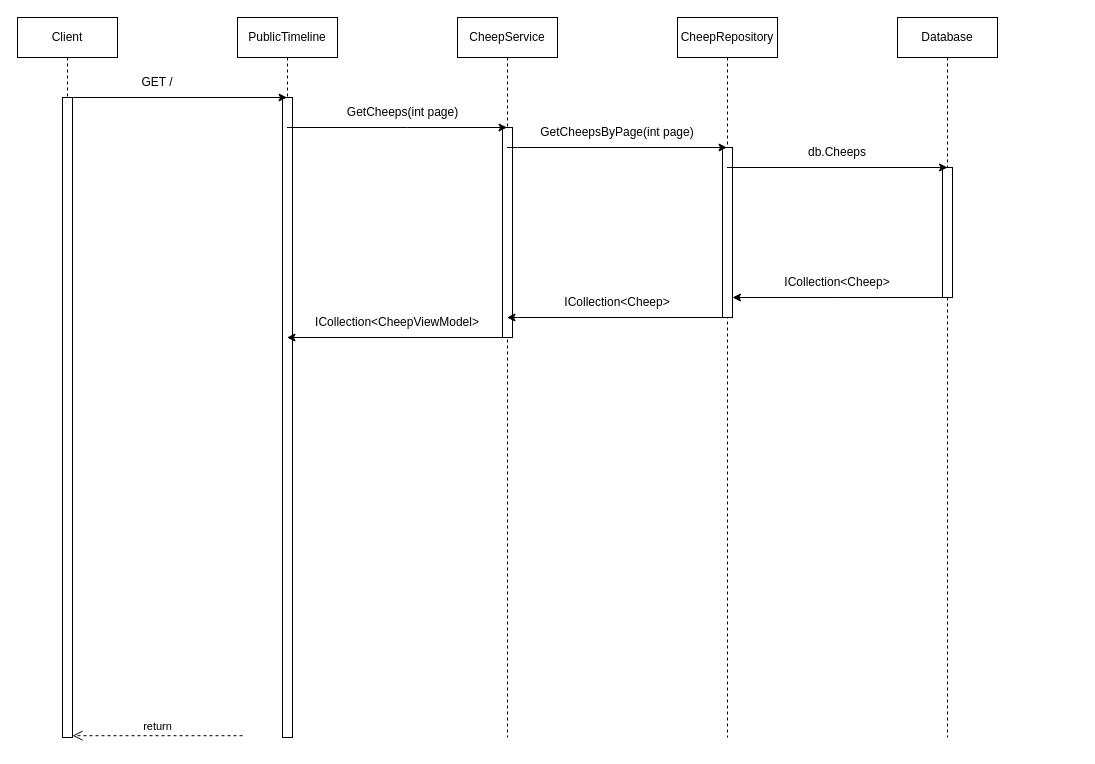
Earlier version of the draw.io diagram docs/SequenceCallDiagram.drawio (ITU-BDSA-GROUP-20/Chirp). Source tidied: cells renumbered, new cells numbered last; positions are measured from the earlier drawing's top-left corner, leaving out a move shared by most shapes. Both pictures are drawn from the tidied source at 100%, with x=0, y=0 at pixel (17, 17).
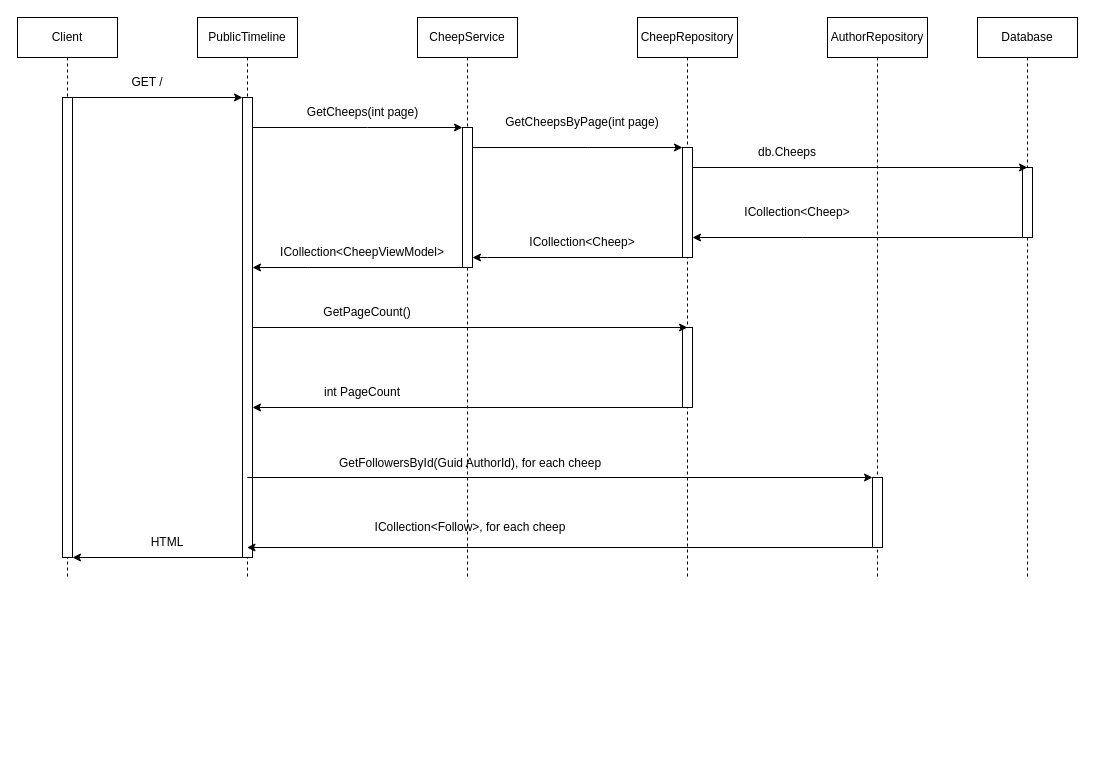
The same diagram, later.

Diff of the diagram source:
```diff
@@
     <mxCell id="2" value="Client" style="shape=umlLifeline;perimeter=lifelinePerimeter;whiteSpace=wrap;html=1;newEdgeStyle={&quot;edgeStyle&quot;:&quot;elbowEdgeStyle&quot;,&quot;elbow&quot;:&quot;vertical&quot;,&quot;curved&quot;:0,&quot;rounded&quot;:0};" parent="1" vertex="1">
-      <mxGeometry width="100" height="720" as="geometry" />
+      <mxGeometry width="100" height="560" as="geometry" />
     </mxCell>
     <mxCell id="3" style="html=1;perimeter=orthogonalPerimeter;targetShapes=umlLifeline;newEdgeStyle={&quot;edgeStyle&quot;:&quot;elbowEdgeStyle&quot;,&quot;elbow&quot;:&quot;vertical&quot;,&quot;curved&quot;:0,&quot;rounded&quot;:0};" parent="2" vertex="1">
-      <mxGeometry x="45" y="80" width="10" height="640" as="geometry" />
+      <mxGeometry x="45" y="80" width="10" height="460" as="geometry" />
     </mxCell>
     <mxCell id="4" value="CheepService" style="shape=umlLifeline;perimeter=lifelinePerimeter;whiteSpace=wrap;html=1;outlineConnect=0;portConstraint=eastwest;newEdgeStyle={&quot;edgeStyle&quot;:&quot;elbowEdgeStyle&quot;,&quot;elbow&quot;:&quot;vertical&quot;,&quot;curved&quot;:0,&quot;rounded&quot;:0};" parent="1" vertex="1">
-      <mxGeometry x="440" width="100" height="720" as="geometry" />
+      <mxGeometry x="400" width="100" height="560" as="geometry" />
     </mxCell>
     <mxCell id="5" style="html=1;points=[];perimeter=orthogonalPerimeter;outlineConnect=0;targetShapes=umlLifeline;portConstraint=eastwest;newEdgeStyle={&quot;edgeStyle&quot;:&quot;elbowEdgeStyle&quot;,&quot;elbow&quot;:&quot;vertical&quot;,&quot;curved&quot;:0,&quot;rounded&quot;:0};" parent="4" vertex="1">
-      <mxGeometry x="45" y="110" width="10" height="210" as="geometry" />
+      <mxGeometry x="45" y="110" width="10" height="140" as="geometry" />
     </mxCell>
-    <mxCell id="6" value="return" style="html=1;verticalAlign=bottom;endArrow=open;dashed=1;endSize=8;edgeStyle=elbowEdgeStyle;elbow=vertical;curved=0;rounded=0;" parent="1" edge="1">
-      <mxGeometry relative="1" as="geometry">
-        <mxPoint x="225" y="718.2" as="sourcePoint" />
-        <mxPoint x="55" y="718.2" as="targetPoint" />
-        <Array as="points">
-          <mxPoint x="150" y="718.2" />
-        </Array>
-      </mxGeometry>
-    </mxCell>
     <mxCell id="7" value="CheepRepository" style="shape=umlLifeline;perimeter=lifelinePerimeter;whiteSpace=wrap;html=1;outlineConnect=0;portConstraint=eastwest;newEdgeStyle={&quot;edgeStyle&quot;:&quot;elbowEdgeStyle&quot;,&quot;elbow&quot;:&quot;vertical&quot;,&quot;curved&quot;:0,&quot;rounded&quot;:0};" parent="1" vertex="1">
-      <mxGeometry x="660" width="100" height="720" as="geometry" />
+      <mxGeometry x="620" width="100" height="560" as="geometry" />
     </mxCell>
     <mxCell id="8" style="html=1;points=[];perimeter=orthogonalPerimeter;outlineConnect=0;targetShapes=umlLifeline;portConstraint=eastwest;newEdgeStyle={&quot;edgeStyle&quot;:&quot;elbowEdgeStyle&quot;,&quot;elbow&quot;:&quot;vertical&quot;,&quot;curved&quot;:0,&quot;rounded&quot;:0};" parent="7" vertex="1">
-      <mxGeometry x="45" y="130" width="10" height="170" as="geometry" />
+      <mxGeometry x="45" y="130" width="10" height="110" as="geometry" />
     </mxCell>
+    <mxCell id="27" style="html=1;perimeter=orthogonalPerimeter;targetShapes=umlLifeline;newEdgeStyle={&quot;edgeStyle&quot;:&quot;elbowEdgeStyle&quot;,&quot;elbow&quot;:&quot;vertical&quot;,&quot;curved&quot;:0,&quot;rounded&quot;:0};" parent="7" vertex="1">
+      <mxGeometry x="45" y="310" width="10" height="80" as="geometry" />
+    </mxCell>
     <mxCell id="9" value="Database" style="shape=umlLifeline;perimeter=lifelinePerimeter;whiteSpace=wrap;html=1;outlineConnect=0;portConstraint=eastwest;newEdgeStyle={&quot;edgeStyle&quot;:&quot;elbowEdgeStyle&quot;,&quot;elbow&quot;:&quot;vertical&quot;,&quot;curved&quot;:0,&quot;rounded&quot;:0};" parent="1" vertex="1">
-      <mxGeometry x="880" width="100" height="720" as="geometry" />
+      <mxGeometry x="960" width="100" height="560" as="geometry" />
     </mxCell>
     <mxCell id="10" style="html=1;points=[];perimeter=orthogonalPerimeter;outlineConnect=0;targetShapes=umlLifeline;portConstraint=eastwest;newEdgeStyle={&quot;edgeStyle&quot;:&quot;elbowEdgeStyle&quot;,&quot;elbow&quot;:&quot;vertical&quot;,&quot;curved&quot;:0,&quot;rounded&quot;:0};" parent="9" vertex="1">
-      <mxGeometry x="45" y="150" width="10" height="130" as="geometry" />
+      <mxGeometry x="45" y="150" width="10" height="70" as="geometry" />
     </mxCell>
     <mxCell id="11" value="PublicTimeline" style="shape=umlLifeline;perimeter=lifelinePerimeter;whiteSpace=wrap;html=1;outlineConnect=0;portConstraint=eastwest;newEdgeStyle={&quot;edgeStyle&quot;:&quot;elbowEdgeStyle&quot;,&quot;elbow&quot;:&quot;vertical&quot;,&quot;curved&quot;:0,&quot;rounded&quot;:0};" parent="1" vertex="1">
-      <mxGeometry x="220" width="100" height="720" as="geometry" />
+      <mxGeometry x="180" width="100" height="560" as="geometry" />
     </mxCell>
     <mxCell id="12" style="html=1;points=[];perimeter=orthogonalPerimeter;outlineConnect=0;targetShapes=umlLifeline;portConstraint=eastwest;newEdgeStyle={&quot;edgeStyle&quot;:&quot;elbowEdgeStyle&quot;,&quot;elbow&quot;:&quot;vertical&quot;,&quot;curved&quot;:0,&quot;rounded&quot;:0};" parent="11" vertex="1">
-      <mxGeometry x="45" y="80" width="10" height="640" as="geometry" />
+      <mxGeometry x="45" y="80" width="10" height="460" as="geometry" />
     </mxCell>
-    <mxCell id="13" style="endArrow=classic;html=1;rounded=0;" parent="1" edge="1" target="11">
+    <mxCell id="13" style="endArrow=classic;html=1;rounded=0;" parent="1" edge="1" target="12">
       <mxGeometry relative="1" as="geometry">
-        <mxPoint x="49.6" y="80" as="sourcePoint" />
+        <mxPoint x="50" y="80" as="sourcePoint" />
       </mxGeometry>
     </mxCell>
     <mxCell id="14" value="GET /" style="text;html=1;strokeColor=none;fillColor=none;align=center;verticalAlign=middle;whiteSpace=wrap;rounded=0;" parent="1" vertex="1">
-      <mxGeometry x="110" y="50" width="60" height="30" as="geometry" />
+      <mxGeometry x="100" y="50" width="60" height="30" as="geometry" />
     </mxCell>
-    <mxCell id="15" style="endArrow=classic;html=1;rounded=0;" parent="1" edge="1" source="11" target="4">
+    <mxCell id="15" style="endArrow=classic;html=1;rounded=0;" parent="1" edge="1" source="12" target="5">
       <mxGeometry relative="1" as="geometry">
         <Array as="points">
-          <mxPoint x="390" y="110" />
+          <mxPoint x="350" y="110" />
         </Array>
       </mxGeometry>
     </mxCell>
     <mxCell id="16" value="GetCheeps(int page)" style="text;html=1;strokeColor=none;fillColor=none;align=center;verticalAlign=middle;whiteSpace=wrap;rounded=0;" parent="1" vertex="1">
-      <mxGeometry x="323" y="80" width="125" height="30" as="geometry" />
+      <mxGeometry x="283" y="80" width="125" height="30" as="geometry" />
     </mxCell>
     <mxCell id="17" value="ICollection&amp;lt;CheepViewModel&amp;gt;" style="text;html=1;strokeColor=none;fillColor=none;align=center;verticalAlign=middle;whiteSpace=wrap;rounded=0;" parent="1" vertex="1">
-      <mxGeometry x="350" y="290" width="60" height="30" as="geometry" />
+      <mxGeometry x="315" y="220" width="60" height="30" as="geometry" />
     </mxCell>
-    <mxCell id="18" style="endArrow=classic;html=1;rounded=0;" parent="1" edge="1" source="4" target="7">
+    <mxCell id="18" style="endArrow=classic;html=1;rounded=0;" parent="1" edge="1" source="5" target="8">
       <mxGeometry relative="1" as="geometry">
         <Array as="points">
-          <mxPoint x="500" y="130" />
+          <mxPoint x="570" y="130" />
         </Array>
       </mxGeometry>
     </mxCell>
-    <mxCell id="19" style="endArrow=classic;html=1;rounded=0;" parent="1" edge="1" source="8" target="4">
+    <mxCell id="19" style="endArrow=classic;html=1;rounded=0;" parent="1" edge="1" source="8" target="5">
       <mxGeometry relative="1" as="geometry">
         <Array as="points">
-          <mxPoint x="500" y="300" />
+          <mxPoint x="470" y="240" />
         </Array>
       </mxGeometry>
     </mxCell>
     <mxCell id="20" value="GetCheepsByPage(int page)" style="text;html=1;strokeColor=none;fillColor=none;align=center;verticalAlign=middle;whiteSpace=wrap;rounded=0;" parent="1" vertex="1">
-      <mxGeometry x="490" y="100" width="220" height="30" as="geometry" />
+      <mxGeometry x="460" y="90" width="210" height="30" as="geometry" />
     </mxCell>
-    <mxCell id="21" style="endArrow=classic;html=1;rounded=0;" parent="1" edge="1" source="7">
-      <mxGeometry relative="1" as="geometry">
-        <mxPoint x="930" y="150" as="targetPoint" />
-      </mxGeometry>
+    <mxCell id="21" style="endArrow=classic;html=1;rounded=0;entryX=0.5;entryY=0;entryDx=0;entryDy=0;entryPerimeter=0;" parent="1" edge="1" source="8" target="10">
+      <mxGeometry relative="1" as="geometry" />
     </mxCell>
     <mxCell id="22" value="db.Cheeps" style="text;html=1;strokeColor=none;fillColor=none;align=center;verticalAlign=middle;whiteSpace=wrap;rounded=0;" parent="1" vertex="1">
-      <mxGeometry x="790" y="120" width="60" height="30" as="geometry" />
+      <mxGeometry x="740" y="120" width="60" height="30" as="geometry" />
     </mxCell>
     <mxCell id="23" value="ICollection&amp;lt;Cheep&amp;gt;" style="text;html=1;strokeColor=none;fillColor=none;align=center;verticalAlign=middle;whiteSpace=wrap;rounded=0;" parent="1" vertex="1">
-      <mxGeometry x="790" y="250" width="60" height="30" as="geometry" />
+      <mxGeometry x="750" y="180" width="60" height="30" as="geometry" />
     </mxCell>
     <mxCell id="24" style="endArrow=classic;html=1;rounded=0;" parent="1" edge="1" source="9" target="8">
       <mxGeometry relative="1" as="geometry">
         <Array as="points">
-          <mxPoint x="820" y="280" />
+          <mxPoint x="785" y="220" />
         </Array>
       </mxGeometry>
     </mxCell>
     <mxCell id="25" value="ICollection&amp;lt;Cheep&amp;gt;" style="text;html=1;strokeColor=none;fillColor=none;align=center;verticalAlign=middle;whiteSpace=wrap;rounded=0;" parent="1" vertex="1">
-      <mxGeometry x="570" y="270" width="60" height="30" as="geometry" />
+      <mxGeometry x="535" y="210" width="60" height="30" as="geometry" />
     </mxCell>
-    <mxCell id="26" style="endArrow=classic;html=1;rounded=0;" parent="1" edge="1" source="5" target="11">
+    <mxCell id="26" style="endArrow=classic;html=1;rounded=0;" parent="1" edge="1">
       <mxGeometry relative="1" as="geometry">
+        <mxPoint x="445" y="250" as="sourcePoint" />
+        <mxPoint x="235" y="250" as="targetPoint" />
         <Array as="points">
-          <mxPoint x="310.4" y="320" />
+          <mxPoint x="290" y="250" />
         </Array>
       </mxGeometry>
     </mxCell>
+    <mxCell id="28" style="endArrow=classic;html=1;rounded=0;" parent="1" edge="1">
+      <mxGeometry relative="1" as="geometry">
+        <mxPoint x="235.1" y="310" as="sourcePoint" />
+        <mxPoint x="670" y="310" as="targetPoint" />
+      </mxGeometry>
+    </mxCell>
+    <mxCell id="29" style="endArrow=classic;html=1;rounded=0;" parent="1" edge="1">
+      <mxGeometry relative="1" as="geometry">
+        <mxPoint x="670" y="390" as="sourcePoint" />
+        <mxPoint x="235" y="390" as="targetPoint" />
+      </mxGeometry>
+    </mxCell>
+    <mxCell id="30" value="GetPageCount()" style="text;html=1;strokeColor=none;fillColor=none;align=center;verticalAlign=middle;whiteSpace=wrap;rounded=0;" parent="1" vertex="1">
+      <mxGeometry x="320" y="280" width="60" height="30" as="geometry" />
+    </mxCell>
+    <mxCell id="31" value="int PageCount" style="text;html=1;strokeColor=none;fillColor=none;align=center;verticalAlign=middle;whiteSpace=wrap;rounded=0;" parent="1" vertex="1">
+      <mxGeometry x="300" y="360" width="90" height="30" as="geometry" />
+    </mxCell>
+    <mxCell id="32" style="endArrow=classic;html=1;rounded=0;" parent="1" edge="1">
+      <mxGeometry relative="1" as="geometry">
+        <mxPoint x="229.5" y="540" as="sourcePoint" />
+        <mxPoint x="55" y="540" as="targetPoint" />
+      </mxGeometry>
+    </mxCell>
+    <mxCell id="33" value="AuthorRepository" style="shape=umlLifeline;perimeter=lifelinePerimeter;whiteSpace=wrap;html=1;newEdgeStyle={&quot;edgeStyle&quot;:&quot;elbowEdgeStyle&quot;,&quot;elbow&quot;:&quot;vertical&quot;,&quot;curved&quot;:0,&quot;rounded&quot;:0};" parent="1" vertex="1">
+      <mxGeometry x="810" width="100" height="560" as="geometry" />
+    </mxCell>
+    <mxCell id="34" style="html=1;points=[];perimeter=orthogonalPerimeter;outlineConnect=0;targetShapes=umlLifeline;portConstraint=eastwest;newEdgeStyle={&quot;edgeStyle&quot;:&quot;elbowEdgeStyle&quot;,&quot;elbow&quot;:&quot;vertical&quot;,&quot;curved&quot;:0,&quot;rounded&quot;:0};" parent="33" vertex="1">
+      <mxGeometry x="45" y="460" width="10" height="70" as="geometry" />
+    </mxCell>
+    <mxCell id="35" style="endArrow=classic;html=1;rounded=0;" parent="1" edge="1" target="34">
+      <mxGeometry relative="1" as="geometry">
+        <mxPoint x="229.9" y="460" as="sourcePoint" />
+      </mxGeometry>
+    </mxCell>
+    <mxCell id="36" value="GetFollowersById(Guid AuthorId), for each cheep" style="text;html=1;strokeColor=none;fillColor=none;align=center;verticalAlign=middle;whiteSpace=wrap;rounded=0;" parent="1" vertex="1">
+      <mxGeometry x="316" y="431" width="274" height="30" as="geometry" />
+    </mxCell>
+    <mxCell id="37" style="endArrow=classic;html=1;rounded=0;" parent="1" edge="1">
+      <mxGeometry relative="1" as="geometry">
+        <mxPoint x="860" y="530" as="sourcePoint" />
+        <mxPoint x="229.5" y="530" as="targetPoint" />
+      </mxGeometry>
+    </mxCell>
+    <mxCell id="38" value="ICollection&amp;lt;Follow&amp;gt;, for each cheep" style="text;html=1;strokeColor=none;fillColor=none;align=center;verticalAlign=middle;whiteSpace=wrap;rounded=0;" parent="1" vertex="1">
+      <mxGeometry x="343" y="495" width="220" height="30" as="geometry" />
+    </mxCell>
+    <mxCell id="39" value="HTML" style="text;html=1;strokeColor=none;fillColor=none;align=center;verticalAlign=middle;whiteSpace=wrap;rounded=0;" parent="1" vertex="1">
+      <mxGeometry x="120" y="510" width="60" height="30" as="geometry" />
+    </mxCell>
```
